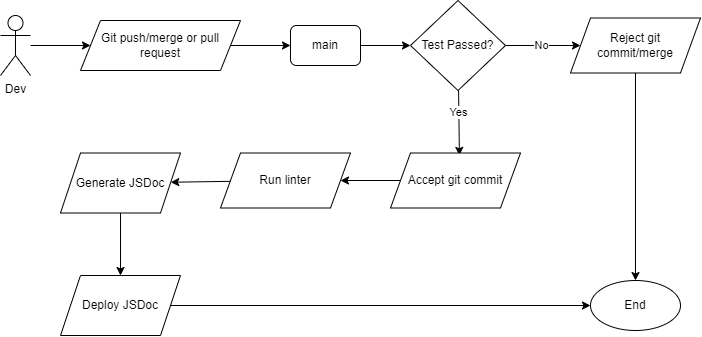
Above: admin/cipipeline/phase1.drawio.png in cse110-sp23-group15/cse110-sp23-group15 (draw.io), before the change. Source tidied: cells renumbered, new cells last; positions are measured from the earlier drawing's top-left corner, leaving out a move shared by most shapes.
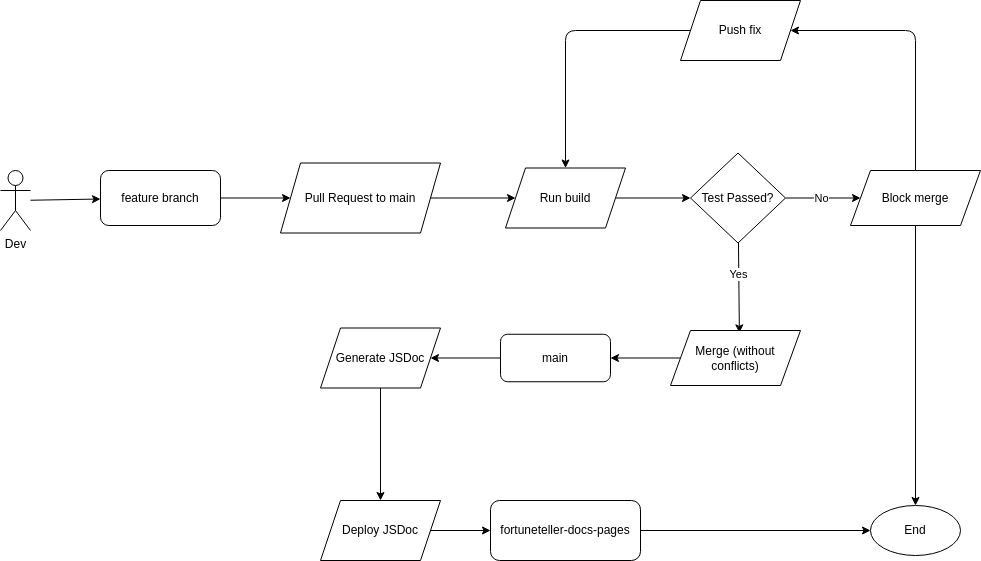
Above is the later version.

Commit message:
Update cipipeline diagram

The edit, as a diff of the source:
```diff
@@ -2,20 +2,17 @@
   <root>
     <mxCell id="0" />
     <mxCell id="1" parent="0" />
-    <mxCell id="2" style="edgeStyle=none;html=1;entryX=0;entryY=0.5;entryDx=0;entryDy=0;" parent="1" edge="1" source="3" target="12">
-      <mxGeometry relative="1" as="geometry" />
-    </mxCell>
+    <mxCell id="24" style="edgeStyle=none;html=1;" parent="1" edge="1" source="3" target="29">
+      <mxGeometry relative="1" as="geometry" />
+    </mxCell>
     <mxCell id="3" value="Dev" style="shape=umlActor;verticalLabelPosition=bottom;verticalAlign=top;html=1;outlineConnect=0;" parent="1" vertex="1">
       <mxGeometry y="15" width="30" height="60" as="geometry" />
     </mxCell>
-    <mxCell id="4" style="edgeStyle=none;html=1;entryX=0;entryY=0.5;entryDx=0;entryDy=0;exitX=1;exitY=0.5;exitDx=0;exitDy=0;" parent="1" edge="1" source="12" target="6">
-      <mxGeometry relative="1" as="geometry" />
-    </mxCell>
-    <mxCell id="5" style="edgeStyle=none;html=1;entryX=0;entryY=0.5;entryDx=0;entryDy=0;" parent="1" edge="1" source="6" target="11">
-      <mxGeometry relative="1" as="geometry" />
-    </mxCell>
+    <mxCell id="25" style="edgeStyle=none;html=1;entryX=1;entryY=0.5;entryDx=0;entryDy=0;" parent="1" edge="1" source="6" target="20">
+      <mxGeometry relative="1" as="geometry" />
+    </mxCell>
     <mxCell id="6" value="main" style="rounded=1;whiteSpace=wrap;html=1;" parent="1" vertex="1">
-      <mxGeometry x="290" y="25" width="70" height="40" as="geometry" />
+      <mxGeometry x="500" y="178.8" width="110" height="47.5" as="geometry" />
     </mxCell>
     <mxCell id="7" style="edgeStyle=none;html=1;entryX=0.53;entryY=0.043;entryDx=0;entryDy=0;entryPerimeter=0;" parent="1" edge="1" source="11" target="14">
       <mxGeometry relative="1" as="geometry" />
@@ -34,43 +31,75 @@
       </mxGeometry>
     </mxCell>
     <mxCell id="11" value="Test Passed?" style="rhombus;whiteSpace=wrap;html=1;" parent="1" vertex="1">
-      <mxGeometry x="410" width="95" height="90" as="geometry" />
+      <mxGeometry x="690" y="-2.5" width="95" height="90" as="geometry" />
     </mxCell>
-    <mxCell id="12" value="Git push/merge or pull request" style="shape=parallelogram;perimeter=parallelogramPerimeter;whiteSpace=wrap;html=1;fixedSize=1;" parent="1" vertex="1">
-      <mxGeometry x="80" y="20" width="160" height="50" as="geometry" />
-    </mxCell>
-    <mxCell id="13" style="edgeStyle=none;html=1;entryX=1;entryY=0.5;entryDx=0;entryDy=0;" parent="1" edge="1" source="14" target="18">
-      <mxGeometry relative="1" as="geometry" />
-    </mxCell>
+    <mxCell id="26" style="edgeStyle=none;html=1;entryX=1;entryY=0.5;entryDx=0;entryDy=0;" parent="1" edge="1" source="14" target="6">
+      <mxGeometry relative="1" as="geometry" />
+    </mxCell>
-    <mxCell id="14" value="Accept git commit" style="shape=parallelogram;perimeter=parallelogramPerimeter;whiteSpace=wrap;html=1;fixedSize=1;" parent="1" vertex="1">
-      <mxGeometry x="390" y="152.5" width="130" height="55" as="geometry" />
+    <mxCell id="14" value="Merge (without conflicts)" style="shape=parallelogram;perimeter=parallelogramPerimeter;whiteSpace=wrap;html=1;fixedSize=1;" parent="1" vertex="1">
+      <mxGeometry x="670" y="175" width="130" height="55" as="geometry" />
     </mxCell>
     <mxCell id="15" style="edgeStyle=none;html=1;" parent="1" edge="1" source="16" target="23">
       <mxGeometry relative="1" as="geometry" />
     </mxCell>
+    <mxCell id="27" style="edgeStyle=none;html=1;entryX=1;entryY=0.5;entryDx=0;entryDy=0;" parent="1" edge="1" source="16" target="35">
+      <mxGeometry relative="1" as="geometry">
+        <Array as="points">
+          <mxPoint x="915" y="-125" />
+        </Array>
+      </mxGeometry>
+    </mxCell>
-    <mxCell id="16" value="Reject git commit/merge" style="shape=parallelogram;perimeter=parallelogramPerimeter;whiteSpace=wrap;html=1;fixedSize=1;" parent="1" vertex="1">
-      <mxGeometry x="570" y="17.5" width="130" height="55" as="geometry" />
+    <mxCell id="16" value="Block merge" style="shape=parallelogram;perimeter=parallelogramPerimeter;whiteSpace=wrap;html=1;fixedSize=1;" parent="1" vertex="1">
+      <mxGeometry x="850" y="15" width="130" height="55" as="geometry" />
     </mxCell>
-    <mxCell id="17" style="edgeStyle=none;html=1;" parent="1" edge="1" source="18" target="20">
-      <mxGeometry relative="1" as="geometry" />
-    </mxCell>
-    <mxCell id="18" value="Run linter" style="shape=parallelogram;perimeter=parallelogramPerimeter;whiteSpace=wrap;html=1;fixedSize=1;" parent="1" vertex="1">
-      <mxGeometry x="220" y="152.5" width="130" height="55" as="geometry" />
-    </mxCell>
     <mxCell id="19" style="edgeStyle=none;html=1;" parent="1" edge="1" source="20" target="22">
       <mxGeometry relative="1" as="geometry" />
     </mxCell>
     <mxCell id="20" value="Generate JSDoc" style="shape=parallelogram;perimeter=parallelogramPerimeter;whiteSpace=wrap;html=1;fixedSize=1;" parent="1" vertex="1">
-      <mxGeometry x="60" y="152.5" width="120" height="60" as="geometry" />
+      <mxGeometry x="320" y="172.5" width="120" height="60" as="geometry" />
     </mxCell>
-    <mxCell id="21" style="edgeStyle=none;html=1;" parent="1" edge="1" source="22" target="23">
+    <mxCell id="21" style="edgeStyle=none;html=1;entryX=0;entryY=0.5;entryDx=0;entryDy=0;" parent="1" edge="1" source="22" target="37">
       <mxGeometry relative="1" as="geometry" />
     </mxCell>
     <mxCell id="22" value="Deploy JSDoc" style="shape=parallelogram;perimeter=parallelogramPerimeter;whiteSpace=wrap;html=1;fixedSize=1;" parent="1" vertex="1">
-      <mxGeometry x="60" y="275" width="120" height="60" as="geometry" />
+      <mxGeometry x="320" y="345" width="120" height="60" as="geometry" />
     </mxCell>
     <mxCell id="23" value="End" style="ellipse;whiteSpace=wrap;html=1;" parent="1" vertex="1">
-      <mxGeometry x="590" y="280" width="90" height="50" as="geometry" />
+      <mxGeometry x="870" y="350" width="90" height="50" as="geometry" />
     </mxCell>
+    <mxCell id="28" style="edgeStyle=none;html=1;" parent="1" edge="1" source="29" target="31">
+      <mxGeometry relative="1" as="geometry" />
+    </mxCell>
+    <mxCell id="29" value="feature branch" style="rounded=1;whiteSpace=wrap;html=1;" parent="1" vertex="1">
+      <mxGeometry x="100" y="15" width="120" height="55" as="geometry" />
+    </mxCell>
+    <mxCell id="30" style="edgeStyle=none;html=1;" parent="1" edge="1" source="31" target="33">
+      <mxGeometry relative="1" as="geometry" />
+    </mxCell>
+    <mxCell id="31" value="Pull Request to main" style="shape=parallelogram;perimeter=parallelogramPerimeter;whiteSpace=wrap;html=1;fixedSize=1;" parent="1" vertex="1">
+      <mxGeometry x="280" y="7.5" width="160" height="70" as="geometry" />
+    </mxCell>
+    <mxCell id="32" style="edgeStyle=none;html=1;" parent="1" edge="1" source="33" target="11">
+      <mxGeometry relative="1" as="geometry" />
+    </mxCell>
+    <mxCell id="33" value="Run build" style="shape=parallelogram;perimeter=parallelogramPerimeter;whiteSpace=wrap;html=1;fixedSize=1;" parent="1" vertex="1">
+      <mxGeometry x="505" y="12.5" width="120" height="60" as="geometry" />
+    </mxCell>
+    <mxCell id="34" style="edgeStyle=none;html=1;entryX=0.5;entryY=0;entryDx=0;entryDy=0;" parent="1" edge="1" source="35" target="33">
+      <mxGeometry relative="1" as="geometry">
+        <Array as="points">
+          <mxPoint x="565" y="-125" />
+        </Array>
+      </mxGeometry>
+    </mxCell>
+    <mxCell id="35" value="Push fix" style="shape=parallelogram;perimeter=parallelogramPerimeter;whiteSpace=wrap;html=1;fixedSize=1;" parent="1" vertex="1">
+      <mxGeometry x="680" y="-155" width="120" height="60" as="geometry" />
+    </mxCell>
+    <mxCell id="36" style="edgeStyle=none;html=1;" parent="1" edge="1" source="37" target="23">
+      <mxGeometry relative="1" as="geometry" />
+    </mxCell>
+    <mxCell id="37" value="fortuneteller-docs-pages" style="rounded=1;whiteSpace=wrap;html=1;" parent="1" vertex="1">
+      <mxGeometry x="490" y="345" width="150" height="60" as="geometry" />
+    </mxCell>
   </root>
 </mxGraphModel>
```
